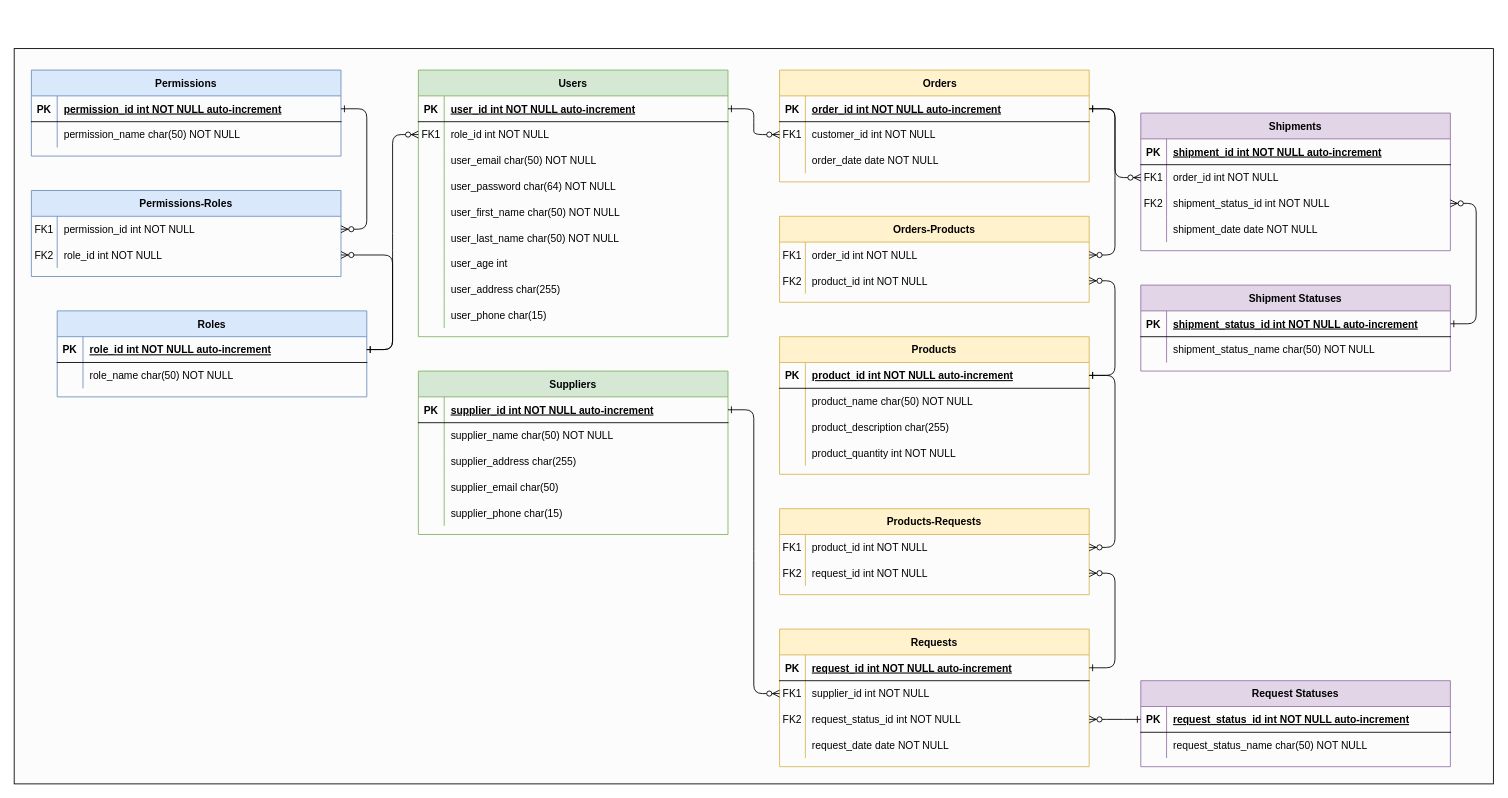
Earlier version of the draw.io diagram assets/entity-relation-diagram.drawio (gajaguar/architectural-challenge-1). Source tidied: cells renumbered, new cells numbered last; positions are measured from the earlier drawing's top-left corner, leaving out a move shared by most shapes. Both pictures are drawn from the tidied source at 86%, with x=0, y=0 at pixel (14, 48).
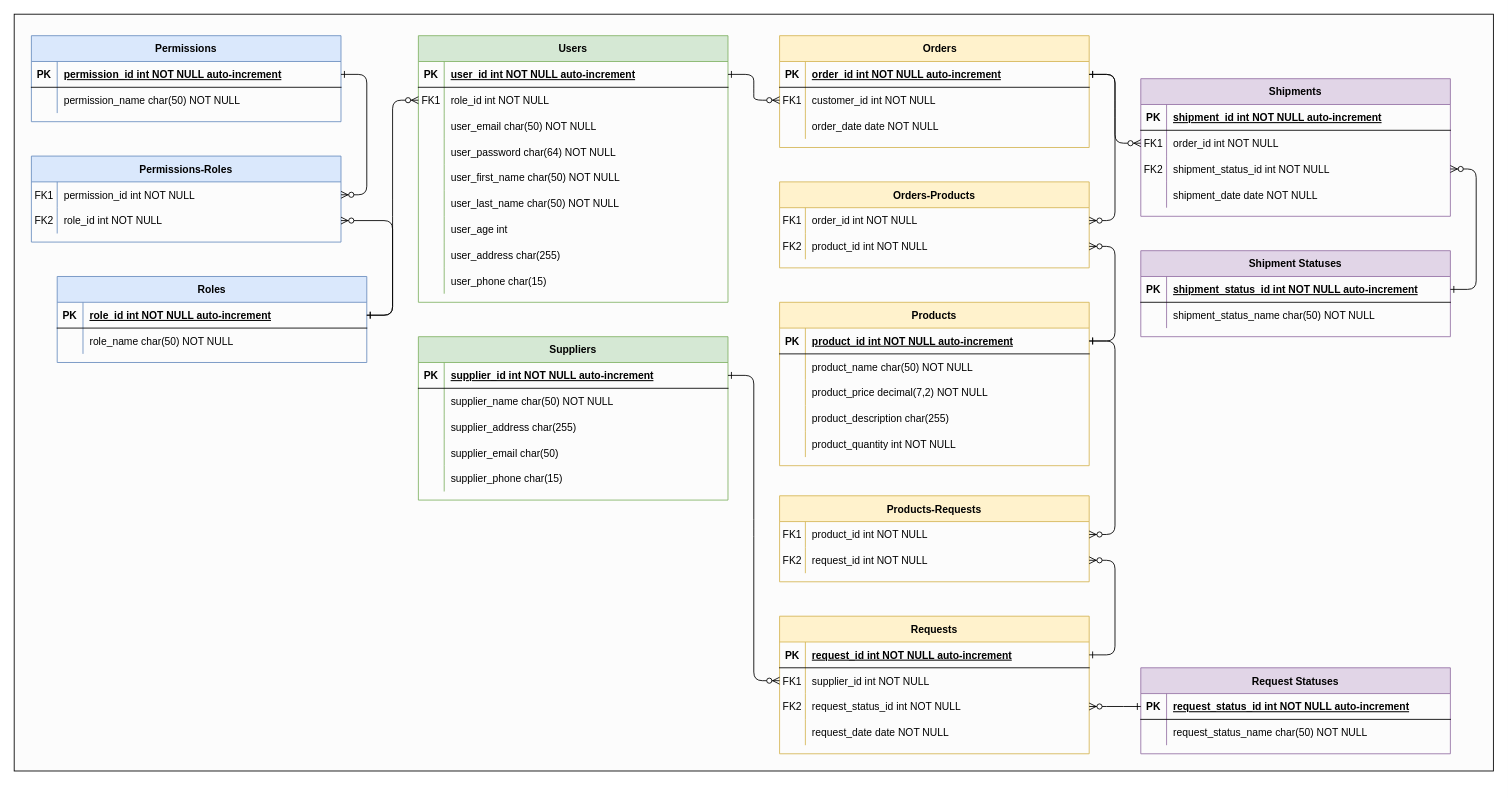
Above is the later version.

Commit message (it also covers changes not shown here):
🍱 chore(assets): add missed `price` attribute

Belongs to `products` table.

Unchanged cells that the change refers to:
```xml
<mxCell id="5" style="shape=partialRectangle;fillColor=none;points=[[0,0.5],[1,0.5]];portConstraint=eastwest;top=0;left=0;right=0;bottom=1;" parent="4" vertex="1">
  <mxGeometry y="30" width="360" height="30" as="geometry" />
</mxCell>
<mxCell id="8" style="shape=partialRectangle;fillColor=none;points=[[0,0.5],[1,0.5]];portConstraint=eastwest;top=0;left=0;right=0;bottom=0;" parent="4" vertex="1">
  <mxGeometry y="60" width="360" height="30" as="geometry" />
</mxCell>
<mxCell id="18" style="shape=partialRectangle;fillColor=none;points=[[0,0.5],[1,0.5]];portConstraint=eastwest;top=0;left=0;right=0;bottom=0;" parent="14" vertex="1">
  <mxGeometry y="60" width="360" height="30" as="geometry" />
</mxCell>
<mxCell id="21" style="shape=partialRectangle;fillColor=none;points=[[0,0.5],[1,0.5]];portConstraint=eastwest;top=0;left=0;right=0;bottom=0;" parent="14" vertex="1">
  <mxGeometry y="90" width="360" height="30" as="geometry" />
</mxCell>
<mxCell id="28" style="shape=partialRectangle;fillColor=none;points=[[0,0.5],[1,0.5]];portConstraint=eastwest;top=0;left=0;right=0;bottom=1;" parent="27" vertex="1">
  <mxGeometry y="30" width="360" height="30" as="geometry" />
</mxCell>
<mxCell id="31" style="shape=partialRectangle;fillColor=none;points=[[0,0.5],[1,0.5]];portConstraint=eastwest;top=0;left=0;right=0;bottom=0;" parent="27" vertex="1">
  <mxGeometry y="60" width="360" height="30" as="geometry" />
</mxCell>
<mxCell id="56" style="shape=partialRectangle;fillColor=none;points=[[0,0.5],[1,0.5]];portConstraint=eastwest;top=0;left=0;right=0;bottom=1;" parent="55" vertex="1">
  <mxGeometry y="30" width="360" height="30" as="geometry" />
</mxCell>
<mxCell id="69" style="shape=partialRectangle;fillColor=none;points=[[0,0.5],[1,0.5]];portConstraint=eastwest;top=0;left=0;right=0;bottom=0;" parent="68" vertex="1">
  <mxGeometry y="30" width="360" height="30" as="geometry" />
</mxCell>
<mxCell id="72" style="shape=partialRectangle;fillColor=none;points=[[0,0.5],[1,0.5]];portConstraint=eastwest;top=0;left=0;right=0;bottom=0;" parent="68" vertex="1">
  <mxGeometry y="60" width="360" height="30" as="geometry" />
</mxCell>
<mxCell id="80" style="shape=partialRectangle;fillColor=none;points=[[0,0.5],[1,0.5]];portConstraint=eastwest;top=0;left=0;right=0;bottom=1;" parent="79" vertex="1">
  <mxGeometry y="30" width="360" height="30" as="geometry" />
</mxCell>
<mxCell id="88" style="shape=partialRectangle;fillColor=none;points=[[0,0.5],[1,0.5]];portConstraint=eastwest;top=0;left=0;right=0;bottom=1;" parent="87" vertex="1">
  <mxGeometry y="30" width="360" height="30" as="geometry" />
</mxCell>
<mxCell id="104" style="shape=partialRectangle;fillColor=none;points=[[0,0.5],[1,0.5]];portConstraint=eastwest;top=0;left=0;right=0;bottom=1;" parent="103" vertex="1">
  <mxGeometry y="30" width="360" height="30" as="geometry" />
</mxCell>
<mxCell id="107" style="shape=partialRectangle;fillColor=none;points=[[0,0.5],[1,0.5]];portConstraint=eastwest;top=0;left=0;right=0;bottom=0;" parent="103" vertex="1">
  <mxGeometry y="60" width="360" height="30" as="geometry" />
</mxCell>
<mxCell id="110" style="shape=partialRectangle;fillColor=none;points=[[0,0.5],[1,0.5]];portConstraint=eastwest;top=0;left=0;right=0;bottom=0;" parent="103" vertex="1">
  <mxGeometry y="90" width="360" height="30" as="geometry" />
</mxCell>
<mxCell id="117" style="shape=partialRectangle;fillColor=none;points=[[0,0.5],[1,0.5]];portConstraint=eastwest;top=0;left=0;right=0;bottom=0;" parent="116" vertex="1">
  <mxGeometry y="30" width="360" height="30" as="geometry" />
</mxCell>
<mxCell id="120" style="shape=partialRectangle;fillColor=none;points=[[0,0.5],[1,0.5]];portConstraint=eastwest;top=0;left=0;right=0;bottom=0;" parent="116" vertex="1">
  <mxGeometry y="60" width="360" height="30" as="geometry" />
</mxCell>
<mxCell id="127" style="shape=partialRectangle;fillColor=none;points=[[0,0.5],[1,0.5]];portConstraint=eastwest;top=0;left=0;right=0;bottom=1;" parent="126" vertex="1">
  <mxGeometry y="30" width="360" height="30" as="geometry" />
</mxCell>
<mxCell id="135" style="shape=partialRectangle;fillColor=none;points=[[0,0.5],[1,0.5]];portConstraint=eastwest;top=0;left=0;right=0;bottom=0;" parent="134" vertex="1">
  <mxGeometry y="30" width="360" height="30" as="geometry" />
</mxCell>
<mxCell id="138" style="shape=partialRectangle;fillColor=none;points=[[0,0.5],[1,0.5]];portConstraint=eastwest;top=0;left=0;right=0;bottom=0;" parent="134" vertex="1">
  <mxGeometry y="60" width="360" height="30" as="geometry" />
</mxCell>
<mxCell id="142" style="shape=partialRectangle;fillColor=none;points=[[0,0.5],[1,0.5]];portConstraint=eastwest;top=0;left=0;right=0;bottom=1;" parent="141" vertex="1">
  <mxGeometry y="30" width="360" height="30" as="geometry" />
</mxCell>
<mxCell id="149" style="shape=partialRectangle;fillColor=none;points=[[0,0.5],[1,0.5]];portConstraint=eastwest;top=0;left=0;right=0;bottom=1;" parent="148" vertex="1">
  <mxGeometry y="30" width="360" height="30" as="geometry" />
</mxCell>
```

What changed in the source:
```diff
@@
-    <mxCell id="2" style="group;" parent="1" vertex="1">
-      <mxGeometry width="1720" height="855" as="geometry" />
-    </mxCell>
+    <mxCell id="158" style="group;" parent="1" vertex="1">
+      <mxGeometry y="-40" width="1720" height="880" as="geometry" />
+    </mxCell>
-    <mxCell id="3" style="rounded=0;whiteSpace=wrap;html=1;fillColor=#FCFCFC;" parent="2" vertex="1">
-      <mxGeometry width="1720" height="855" as="geometry" />
+    <mxCell id="3" style="rounded=0;whiteSpace=wrap;html=1;fillColor=#FCFCFC;" parent="158" vertex="1">
+      <mxGeometry width="1720" height="880" as="geometry" />
     </mxCell>
-    <mxCell id="4" value="    Orders" style="shape=table;startSize=30;childLayout=tableLayout;rowLines=0;fontStyle=1;align=center;fillColor=#fff2cc;strokeColor=#d6b656;" parent="2" vertex="1">
+    <mxCell id="4" value="    Orders" style="shape=table;startSize=30;childLayout=tableLayout;rowLines=0;fontStyle=1;align=center;fillColor=#fff2cc;strokeColor=#d6b656;" parent="158" vertex="1">
       <mxGeometry x="890" y="25" width="360" height="130" as="geometry" />
     </mxCell>
@@
-    <mxCell id="14" value="Shipments" style="shape=table;startSize=30;childLayout=tableLayout;rowLines=0;fontStyle=1;align=center;fillColor=#e1d5e7;strokeColor=#9673a6;" parent="2" vertex="1">
+    <mxCell id="14" value="Shipments" style="shape=table;startSize=30;childLayout=tableLayout;rowLines=0;fontStyle=1;align=center;fillColor=#e1d5e7;strokeColor=#9673a6;" parent="158" vertex="1">
       <mxGeometry x="1310" y="75" width="360" height="160" as="geometry" />
     </mxCell>
@@
-    <mxCell id="27" value="Users" style="shape=table;startSize=30;childLayout=tableLayout;rowLines=0;fontStyle=1;align=center;fillColor=#d5e8d4;strokeColor=#82b366;" parent="2" vertex="1">
+    <mxCell id="27" value="Users" style="shape=table;startSize=30;childLayout=tableLayout;rowLines=0;fontStyle=1;align=center;fillColor=#d5e8d4;strokeColor=#82b366;" parent="158" vertex="1">
       <mxGeometry x="470" y="25" width="360" height="310" as="geometry" />
     </mxCell>
@@
-    <mxCell id="55" value="Products" style="shape=table;startSize=30;childLayout=tableLayout;rowLines=0;fontStyle=1;align=center;fillColor=#fff2cc;strokeColor=#d6b656;" parent="2" vertex="1">
-      <mxGeometry x="890" y="335" width="360" height="160" as="geometry" />
+    <mxCell id="55" value="Products" style="shape=table;startSize=30;childLayout=tableLayout;rowLines=0;fontStyle=1;align=center;fillColor=#fff2cc;strokeColor=#d6b656;" parent="158" vertex="1">
+      <mxGeometry x="890" y="335" width="360" height="190" as="geometry" />
     </mxCell>
@@
+    <mxCell id="159" style="shape=partialRectangle;fillColor=none;top=0;left=0;right=0;bottom=0;" parent="55" vertex="1">
+      <mxGeometry y="90" width="360" height="30" as="geometry" />
+    </mxCell>
+    <mxCell id="160" style="shape=partialRectangle;overflow=hidden;fillColor=none;top=0;left=0;bottom=0;right=0;" parent="159" vertex="1">
+      <mxGeometry width="30" height="30" as="geometry" />
+    </mxCell>
+    <mxCell id="161" value="product_price decimal(7,2) NOT NULL" style="shape=partialRectangle;overflow=hidden;fillColor=none;top=0;left=0;bottom=0;right=0;align=left;spacingLeft=6;" parent="159" vertex="1">
+      <mxGeometry x="30" width="330" height="30" as="geometry" />
+    </mxCell>
     <mxCell id="62" style="shape=partialRectangle;fillColor=none;top=0;left=0;right=0;bottom=0;" parent="55" vertex="1">
-      <mxGeometry y="90" width="360" height="30" as="geometry" />
+      <mxGeometry y="120" width="360" height="30" as="geometry" />
     </mxCell>
@@
     <mxCell id="65" style="shape=partialRectangle;fillColor=none;top=0;left=0;right=0;bottom=0;" parent="55" vertex="1">
-      <mxGeometry y="120" width="360" height="30" as="geometry" />
+      <mxGeometry y="150" width="360" height="30" as="geometry" />
     </mxCell>
@@
-    <mxCell id="68" value="Orders-Products" style="shape=table;startSize=30;childLayout=tableLayout;rowLines=0;fontStyle=1;align=center;fillColor=#fff2cc;strokeColor=#d6b656;" parent="2" vertex="1">
+    <mxCell id="68" value="Orders-Products" style="shape=table;startSize=30;childLayout=tableLayout;rowLines=0;fontStyle=1;align=center;fillColor=#fff2cc;strokeColor=#d6b656;" parent="158" vertex="1">
       <mxGeometry x="890" y="195" width="360" height="100" as="geometry" />
     </mxCell>
@@
-    <mxCell id="75" style="edgeStyle=entityRelationEdgeStyle;endArrow=ERzeroToMany;startArrow=ERone;endFill=1;startFill=0;strokeColor=default;" parent="2" edge="1" source="5" target="69">
+    <mxCell id="75" style="edgeStyle=entityRelationEdgeStyle;endArrow=ERzeroToMany;startArrow=ERone;endFill=1;startFill=0;strokeColor=default;" parent="158" edge="1" source="5" target="69">
       <mxGeometry x="450" y="-25" as="geometry" />
     </mxCell>
-    <mxCell id="76" style="edgeStyle=entityRelationEdgeStyle;endArrow=ERzeroToMany;startArrow=ERone;endFill=1;startFill=0;strokeColor=default;" parent="2" edge="1" source="56" target="72">
+    <mxCell id="76" style="edgeStyle=entityRelationEdgeStyle;endArrow=ERzeroToMany;startArrow=ERone;endFill=1;startFill=0;strokeColor=default;" parent="158" edge="1" source="56" target="72">
       <mxGeometry x="450" y="-25" as="geometry" />
     </mxCell>
-    <mxCell id="77" style="edgeStyle=entityRelationEdgeStyle;endArrow=ERzeroToMany;startArrow=ERone;endFill=1;startFill=0;strokeColor=default;" parent="2" edge="1" source="28" target="8">
+    <mxCell id="77" style="edgeStyle=entityRelationEdgeStyle;endArrow=ERzeroToMany;startArrow=ERone;endFill=1;startFill=0;strokeColor=default;" parent="158" edge="1" source="28" target="8">
       <mxGeometry x="450" y="-25" as="geometry" />
     </mxCell>
-    <mxCell id="78" style="edgeStyle=entityRelationEdgeStyle;endArrow=ERzeroToMany;startArrow=ERone;endFill=1;startFill=0;strokeColor=default;exitX=1;exitY=0.5;exitDx=0;exitDy=0;entryX=0;entryY=0.5;entryDx=0;entryDy=0;" parent="2" edge="1" source="5" target="18">
+    <mxCell id="78" style="edgeStyle=entityRelationEdgeStyle;endArrow=ERzeroToMany;startArrow=ERone;endFill=1;startFill=0;strokeColor=default;exitX=1;exitY=0.5;exitDx=0;exitDy=0;entryX=0;entryY=0.5;entryDx=0;entryDy=0;" parent="158" edge="1" source="5" target="18">
       <mxGeometry x="450" y="-25" as="geometry" />
     </mxCell>
-    <mxCell id="79" value="Shipment Statuses" style="shape=table;startSize=30;childLayout=tableLayout;rowLines=0;fontStyle=1;align=center;fillColor=#e1d5e7;strokeColor=#9673a6;" parent="2" vertex="1">
+    <mxCell id="79" value="Shipment Statuses" style="shape=table;startSize=30;childLayout=tableLayout;rowLines=0;fontStyle=1;align=center;fillColor=#e1d5e7;strokeColor=#9673a6;" parent="158" vertex="1">
       <mxGeometry x="1310" y="275" width="360" height="100" as="geometry" />
     </mxCell>
@@
-    <mxCell id="86" style="edgeStyle=entityRelationEdgeStyle;endArrow=ERzeroToMany;startArrow=ERone;endFill=1;startFill=0;strokeColor=default;" parent="2" edge="1" source="80" target="21">
+    <mxCell id="86" style="edgeStyle=entityRelationEdgeStyle;endArrow=ERzeroToMany;startArrow=ERone;endFill=1;startFill=0;strokeColor=default;" parent="158" edge="1" source="80" target="21">
       <mxGeometry x="450" y="-25" as="geometry" />
     </mxCell>
-    <mxCell id="87" value="Suppliers" style="shape=table;startSize=30;childLayout=tableLayout;rowLines=0;fontStyle=1;align=center;fillColor=#d5e8d4;strokeColor=#82b366;" parent="2" vertex="1">
+    <mxCell id="87" value="Suppliers" style="shape=table;startSize=30;childLayout=tableLayout;rowLines=0;fontStyle=1;align=center;fillColor=#d5e8d4;strokeColor=#82b366;" parent="158" vertex="1">
       <mxGeometry x="470" y="375" width="360" height="190" as="geometry" />
     </mxCell>
@@
-    <mxCell id="103" value="Requests" style="shape=table;startSize=30;childLayout=tableLayout;rowLines=0;fontStyle=1;align=center;fillColor=#fff2cc;strokeColor=#d6b656;" parent="2" vertex="1">
-      <mxGeometry x="890" y="675" width="360" height="160" as="geometry" />
+    <mxCell id="103" value="Requests" style="shape=table;startSize=30;childLayout=tableLayout;rowLines=0;fontStyle=1;align=center;fillColor=#fff2cc;strokeColor=#d6b656;" parent="158" vertex="1">
+      <mxGeometry x="890" y="700" width="360" height="160" as="geometry" />
     </mxCell>
@@
-    <mxCell id="116" value="Products-Requests" style="shape=table;startSize=30;childLayout=tableLayout;rowLines=0;fontStyle=1;align=center;fillColor=#fff2cc;strokeColor=#d6b656;" parent="2" vertex="1">
-      <mxGeometry x="890" y="535" width="360" height="100" as="geometry" />
+    <mxCell id="116" value="Products-Requests" style="shape=table;startSize=30;childLayout=tableLayout;rowLines=0;fontStyle=1;align=center;fillColor=#fff2cc;strokeColor=#d6b656;" parent="158" vertex="1">
+      <mxGeometry x="890" y="560" width="360" height="100" as="geometry" />
     </mxCell>
@@
-    <mxCell id="123" style="edgeStyle=entityRelationEdgeStyle;endArrow=ERzeroToMany;startArrow=ERone;endFill=1;startFill=0;strokeColor=default;" parent="2" edge="1" source="56" target="117">
+    <mxCell id="123" style="edgeStyle=entityRelationEdgeStyle;endArrow=ERzeroToMany;startArrow=ERone;endFill=1;startFill=0;strokeColor=default;" parent="158" edge="1" source="56" target="117">
       <mxGeometry x="450" y="-25" as="geometry" />
     </mxCell>
-    <mxCell id="124" style="edgeStyle=entityRelationEdgeStyle;endArrow=ERzeroToMany;startArrow=ERone;endFill=1;startFill=0;strokeColor=default;" parent="2" edge="1" source="104" target="120">
+    <mxCell id="124" style="edgeStyle=entityRelationEdgeStyle;endArrow=ERzeroToMany;startArrow=ERone;endFill=1;startFill=0;strokeColor=default;" parent="158" edge="1" source="104" target="120">
       <mxGeometry x="450" y="-25" as="geometry" />
     </mxCell>
-    <mxCell id="125" style="edgeStyle=entityRelationEdgeStyle;endArrow=ERzeroToMany;startArrow=ERone;endFill=1;startFill=0;strokeColor=default;" parent="2" edge="1" source="88" target="107">
+    <mxCell id="125" style="edgeStyle=entityRelationEdgeStyle;endArrow=ERzeroToMany;startArrow=ERone;endFill=1;startFill=0;strokeColor=default;" parent="158" edge="1" source="88" target="107">
       <mxGeometry x="450" y="-25" as="geometry" />
     </mxCell>
-    <mxCell id="126" value="Request Statuses" style="shape=table;startSize=30;childLayout=tableLayout;rowLines=0;fontStyle=1;align=center;fillColor=#e1d5e7;strokeColor=#9673a6;" parent="2" vertex="1">
-      <mxGeometry x="1310" y="735" width="360" height="100" as="geometry" />
+    <mxCell id="126" value="Request Statuses" style="shape=table;startSize=30;childLayout=tableLayout;rowLines=0;fontStyle=1;align=center;fillColor=#e1d5e7;strokeColor=#9673a6;" parent="158" vertex="1">
+      <mxGeometry x="1310" y="760" width="360" height="100" as="geometry" />
     </mxCell>
@@
-    <mxCell id="133" style="edgeStyle=entityRelationEdgeStyle;endArrow=ERzeroToMany;startArrow=ERone;endFill=1;startFill=0;strokeColor=default;" parent="2" edge="1" source="127" target="110">
+    <mxCell id="133" style="edgeStyle=entityRelationEdgeStyle;endArrow=ERzeroToMany;startArrow=ERone;endFill=1;startFill=0;strokeColor=default;" parent="158" edge="1" source="127" target="110">
       <mxGeometry x="450" y="-25" as="geometry" />
     </mxCell>
-    <mxCell id="134" value="Permissions-Roles" style="shape=table;startSize=30;childLayout=tableLayout;rowLines=0;fontStyle=1;align=center;fillColor=#dae8fc;strokeColor=#6c8ebf;" parent="2" vertex="1">
+    <mxCell id="134" value="Permissions-Roles" style="shape=table;startSize=30;childLayout=tableLayout;rowLines=0;fontStyle=1;align=center;fillColor=#dae8fc;strokeColor=#6c8ebf;" parent="158" vertex="1">
       <mxGeometry x="20" y="165" width="360" height="100" as="geometry" />
     </mxCell>
@@
-    <mxCell id="141" value="Permissions" style="shape=table;startSize=30;childLayout=tableLayout;rowLines=0;fontStyle=1;align=center;fillColor=#dae8fc;strokeColor=#6c8ebf;" parent="2" vertex="1">
+    <mxCell id="141" value="Permissions" style="shape=table;startSize=30;childLayout=tableLayout;rowLines=0;fontStyle=1;align=center;fillColor=#dae8fc;strokeColor=#6c8ebf;" parent="158" vertex="1">
       <mxGeometry x="20" y="25" width="360" height="100" as="geometry" />
     </mxCell>
@@
-    <mxCell id="148" value="Roles" style="shape=table;startSize=30;childLayout=tableLayout;rowLines=0;fontStyle=1;align=center;fillColor=#dae8fc;strokeColor=#6c8ebf;" parent="2" vertex="1">
+    <mxCell id="148" value="Roles" style="shape=table;startSize=30;childLayout=tableLayout;rowLines=0;fontStyle=1;align=center;fillColor=#dae8fc;strokeColor=#6c8ebf;" parent="158" vertex="1">
       <mxGeometry x="50" y="305" width="360" height="100" as="geometry" />
     </mxCell>
@@
-    <mxCell id="155" style="edgeStyle=entityRelationEdgeStyle;endArrow=ERzeroToMany;startArrow=ERone;endFill=1;startFill=0;strokeColor=default;" parent="2" edge="1" source="149" target="31">
+    <mxCell id="155" style="edgeStyle=entityRelationEdgeStyle;endArrow=ERzeroToMany;startArrow=ERone;endFill=1;startFill=0;strokeColor=default;" parent="158" edge="1" source="149" target="31">
       <mxGeometry x="-50" y="-40" as="geometry" />
     </mxCell>
-    <mxCell id="156" style="edgeStyle=entityRelationEdgeStyle;endArrow=ERzeroToMany;startArrow=ERone;endFill=1;startFill=0;strokeColor=default;" parent="2" edge="1" source="149" target="138">
+    <mxCell id="156" style="edgeStyle=entityRelationEdgeStyle;endArrow=ERzeroToMany;startArrow=ERone;endFill=1;startFill=0;strokeColor=default;" parent="158" edge="1" source="149" target="138">
       <mxGeometry x="-40" y="-30" as="geometry" />
     </mxCell>
-    <mxCell id="157" style="edgeStyle=entityRelationEdgeStyle;endArrow=ERzeroToMany;startArrow=ERone;endFill=1;startFill=0;strokeColor=default;" parent="2" edge="1" source="142" target="135">
+    <mxCell id="157" style="edgeStyle=entityRelationEdgeStyle;endArrow=ERzeroToMany;startArrow=ERone;endFill=1;startFill=0;strokeColor=default;" parent="158" edge="1" source="142" target="135">
       <mxGeometry x="-120" y="385" as="geometry" />
     </mxCell>
```
